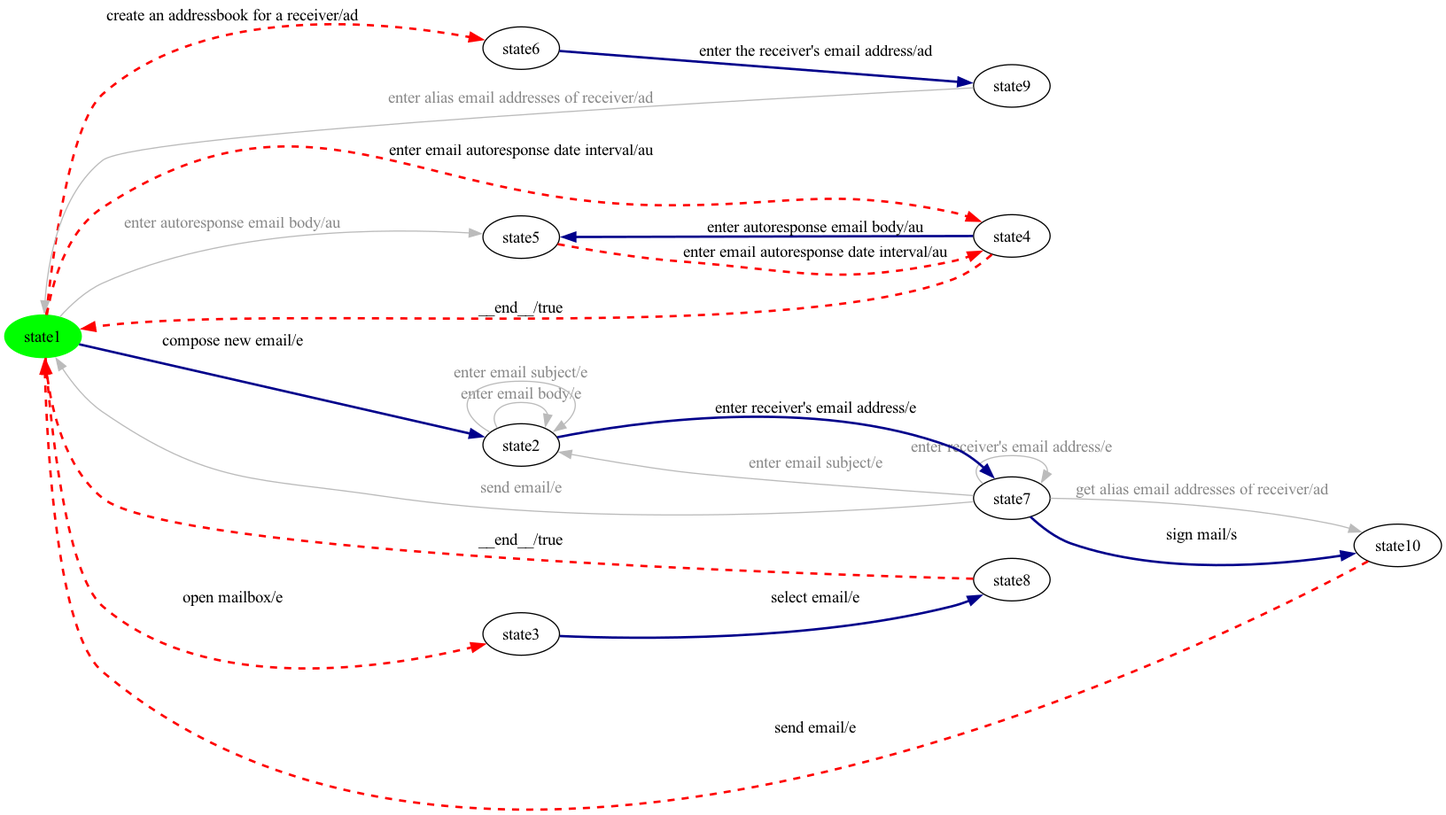
This is milestone-reports/per-product-all-states/eMail/eMail-product22-walk.png from dilekozturk93/vibes, a Graphviz export, as it was before one commit. Its source is kept beside it as milestone-reports/per-product-all-states/eMail/eMail-product22-walk.dot. Its diagram source:
```dot
digraph G {
rankdir=LR;
state0[ label = "state1", style=filled, color=green ];
state1 [ label = "state9" ];
state2 [ label = "state6" ];
state3 [ label = "state5" ];
state4 [ label = "state8" ];
state5 [ label = "state7" ];
state6 [ label = "state10" ];
state7 [ label = "state2" ];
state8 [ label = "state4" ];
state9 [ label = "state3" ];
state5 -> state0 [ label=" send email/e ", color="#bbbbbb", fontcolor="#888888" ];
state8 -> state3 [ label=" enter autoresponse email body/au ", style=bold, color=darkblue, penwidth=2 ];
state1 -> state0 [ label=" enter alias email addresses of receiver/ad ", color="#bbbbbb", fontcolor="#888888" ];
state9 -> state4 [ label=" select email/e ", style=bold, color=darkblue, penwidth=2 ];
state3 -> state8 [ label=" enter email autoresponse date interval/au ", style=dashed, color=red, penwidth=2 ];
state5 -> state6 [ label=" sign mail/s ", style=bold, color=darkblue, penwidth=2 ];
state7 -> state5 [ label=" enter receiver's email address/e ", style=bold, color=darkblue, penwidth=2 ];
state5 -> state7 [ label=" enter email subject/e ", color="#bbbbbb", fontcolor="#888888" ];
state0 -> state8 [ label=" enter email autoresponse date interval/au ", style=dashed, color=red, penwidth=2 ];
state0 -> state3 [ label=" enter autoresponse email body/au ", color="#bbbbbb", fontcolor="#888888" ];
state8 -> state0 [ label=" __end__/true ", style=dashed, color=red, penwidth=2 ];
state4 -> state0 [ label=" __end__/true ", style=dashed, color=red, penwidth=2 ];
state0 -> state9 [ label=" open mailbox/e ", style=dashed, color=red, penwidth=2 ];
state0 -> state2 [ label=" create an addressbook for a receiver/ad ", style=dashed, color=red, penwidth=2 ];
state0 -> state7 [ label=" compose new email/e ", style=bold, color=darkblue, penwidth=2 ];
state7 -> state7 [ label=" enter email body/e ", color="#bbbbbb", fontcolor="#888888" ];
state7 -> state7 [ label=" enter email subject/e ", color="#bbbbbb", fontcolor="#888888" ];
state6 -> state0 [ label=" send email/e ", style=dashed, color=red, penwidth=2 ];
state2 -> state1 [ label=" enter the receiver's email address/ad ", style=bold, color=darkblue, penwidth=2 ];
state5 -> state5 [ label=" enter receiver's email address/e ", color="#bbbbbb", fontcolor="#888888" ];
state5 -> state6 [ label=" get alias email addresses of receiver/ad ", color="#bbbbbb", fontcolor="#888888" ];
}
```
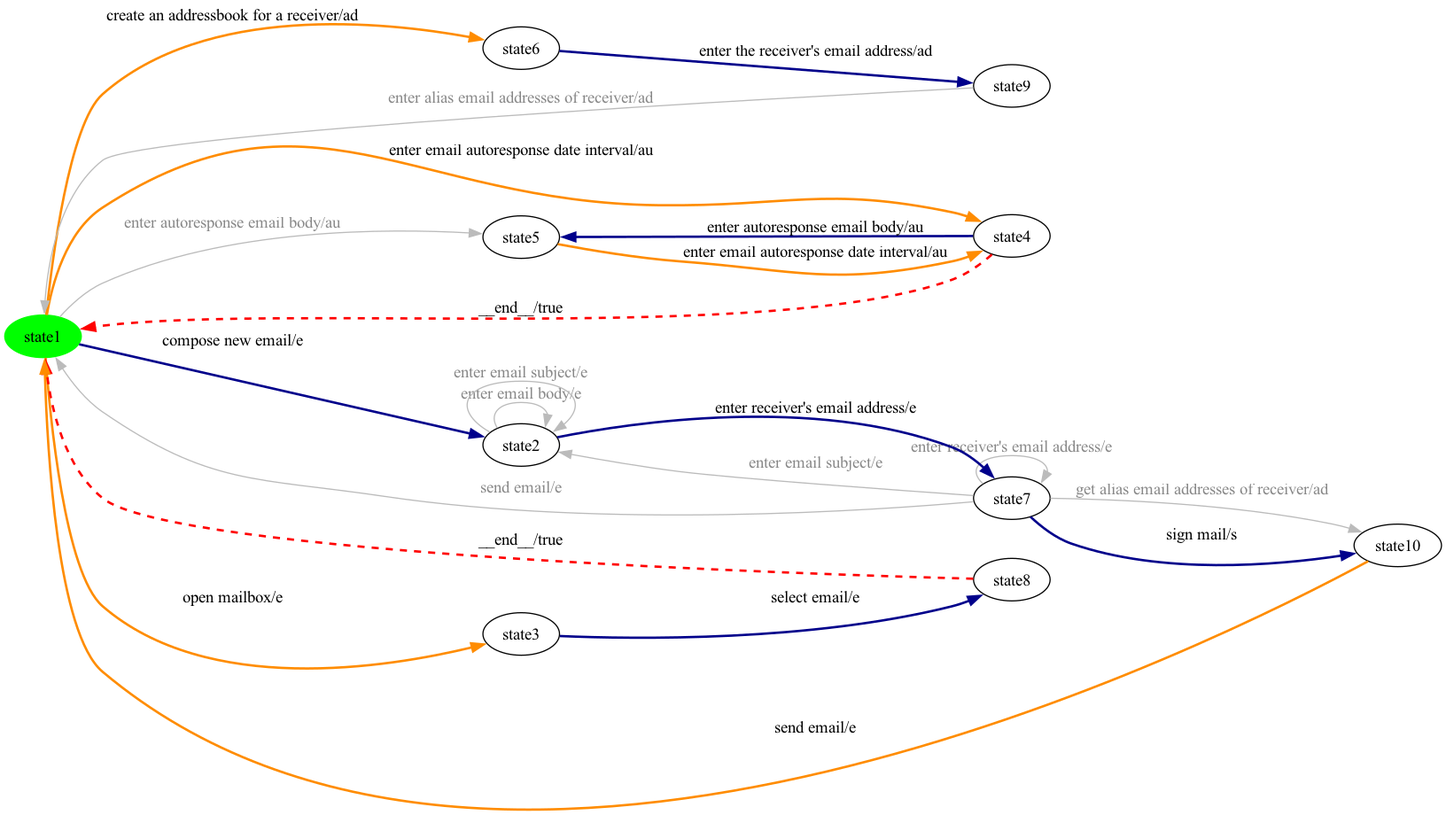
After the change.

Change to the diagram source:
```diff
@@ -14,20 +14,20 @@
 state8 -> state3 [ label=" enter autoresponse email body/au ", style=bold, color=darkblue, penwidth=2 ];
 state1 -> state0 [ label=" enter alias email addresses of receiver/ad ", color="#bbbbbb", fontcolor="#888888" ];
 state9 -> state4 [ label=" select email/e ", style=bold, color=darkblue, penwidth=2 ];
-state3 -> state8 [ label=" enter email autoresponse date interval/au ", style=dashed, color=red, penwidth=2 ];
+state3 -> state8 [ label=" enter email autoresponse date interval/au ", style=bold, color=darkorange, penwidth=2 ];
 state5 -> state6 [ label=" sign mail/s ", style=bold, color=darkblue, penwidth=2 ];
 state7 -> state5 [ label=" enter receiver's email address/e ", style=bold, color=darkblue, penwidth=2 ];
 state5 -> state7 [ label=" enter email subject/e ", color="#bbbbbb", fontcolor="#888888" ];
-state0 -> state8 [ label=" enter email autoresponse date interval/au ", style=dashed, color=red, penwidth=2 ];
+state0 -> state8 [ label=" enter email autoresponse date interval/au ", style=bold, color=darkorange, penwidth=2 ];
 state0 -> state3 [ label=" enter autoresponse email body/au ", color="#bbbbbb", fontcolor="#888888" ];
 state8 -> state0 [ label=" __end__/true ", style=dashed, color=red, penwidth=2 ];
 state4 -> state0 [ label=" __end__/true ", style=dashed, color=red, penwidth=2 ];
-state0 -> state9 [ label=" open mailbox/e ", style=dashed, color=red, penwidth=2 ];
-state0 -> state2 [ label=" create an addressbook for a receiver/ad ", style=dashed, color=red, penwidth=2 ];
+state0 -> state9 [ label=" open mailbox/e ", style=bold, color=darkorange, penwidth=2 ];
+state0 -> state2 [ label=" create an addressbook for a receiver/ad ", style=bold, color=darkorange, penwidth=2 ];
 state0 -> state7 [ label=" compose new email/e ", style=bold, color=darkblue, penwidth=2 ];
 state7 -> state7 [ label=" enter email body/e ", color="#bbbbbb", fontcolor="#888888" ];
 state7 -> state7 [ label=" enter email subject/e ", color="#bbbbbb", fontcolor="#888888" ];
-state6 -> state0 [ label=" send email/e ", style=dashed, color=red, penwidth=2 ];
+state6 -> state0 [ label=" send email/e ", style=bold, color=darkorange, penwidth=2 ];
 state2 -> state1 [ label=" enter the receiver's email address/ad ", style=bold, color=darkblue, penwidth=2 ];
 state5 -> state5 [ label=" enter receiver's email address/e ", color="#bbbbbb", fontcolor="#888888" ];
 state5 -> state6 [ label=" get alias email addresses of receiver/ad ", color="#bbbbbb", fontcolor="#888888" ];
```
